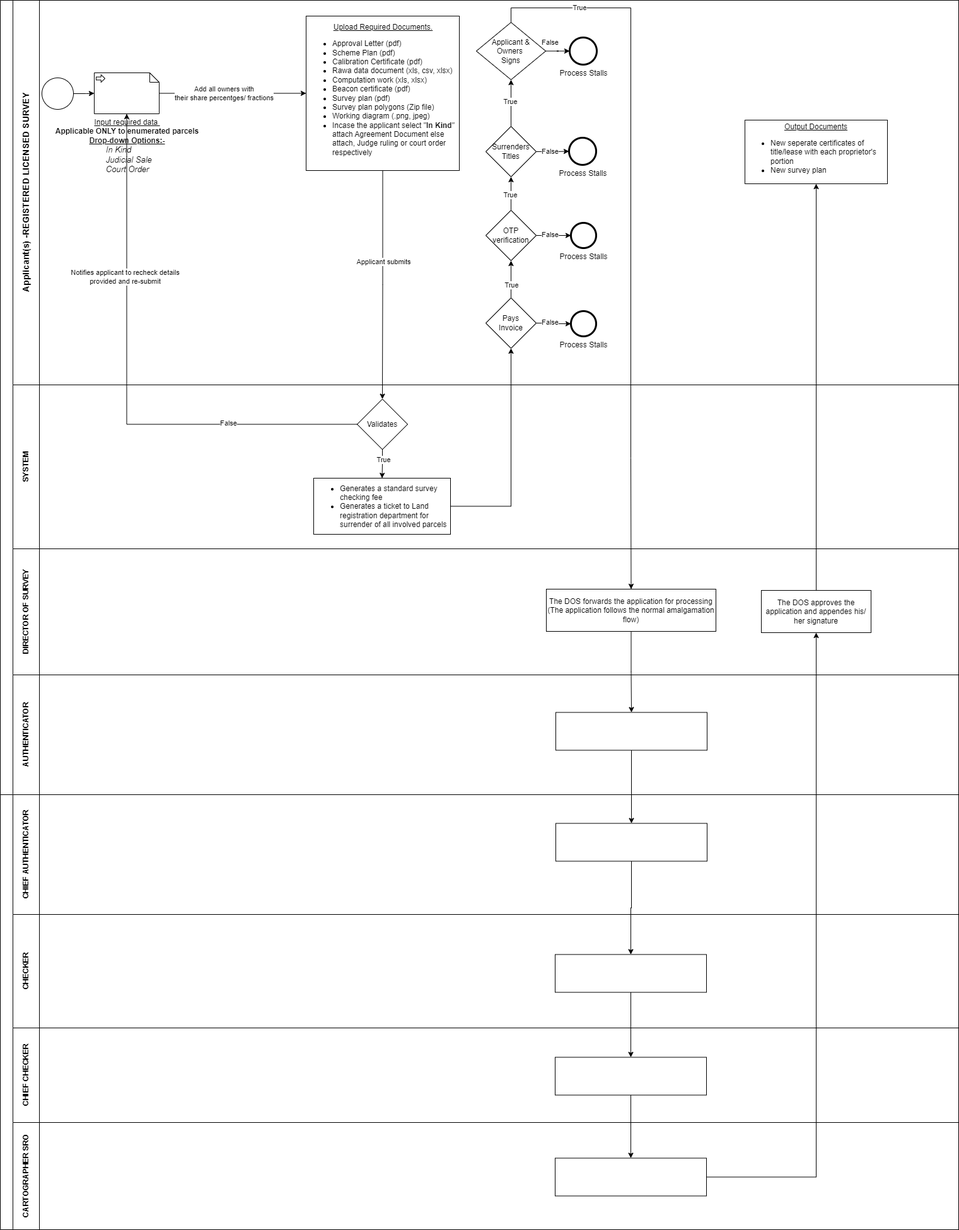
pascalokoth/BPMN keeps this draw.io diagram as Partition-survey.drawio.png. Above is the earlier version. Source tidied: cells renumbered, new cells last; positions are measured from the earlier drawing's top-left corner, leaving out a move shared by most shapes.
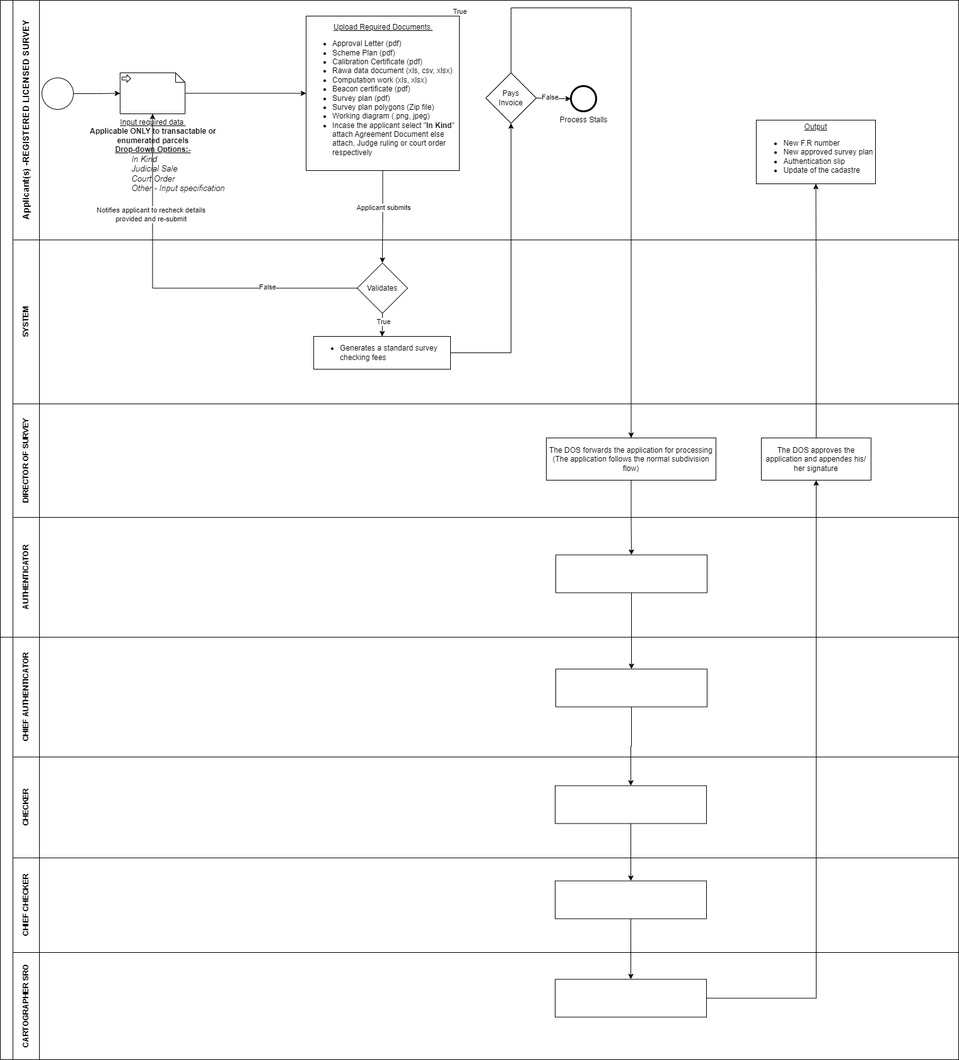
The same diagram one commit later.

What changed in the source:
```diff
@@ -3,7 +3,7 @@
     <mxCell id="0" />
     <mxCell id="1" parent="0" />
     <mxCell id="2" style="swimlane;html=1;horizontal=0;startSize=20;whiteSpace=wrap;" parent="1" vertex="1">
-      <mxGeometry width="1520" height="1260" as="geometry" />
+      <mxGeometry width="1520" height="1010" as="geometry" />
     </mxCell>
     <mxCell id="3" style="edgeStyle=orthogonalEdgeStyle;rounded=0;jettySize=auto;html=1;" parent="2" edge="1" source="8" target="24">
       <mxGeometry relative="1" as="geometry" />
@@ -12,7 +12,7 @@
       <mxGeometry x="-0.21" y="1" relative="1" as="geometry" />
     </mxCell>
     <mxCell id="5" value="&lt;font style=&quot;font-size: 14px;&quot;&gt;Applicant(s) -REGISTERED LICENSED SURVEY&lt;/font&gt;" style="swimlane;html=1;startSize=42;horizontal=0;align=center;" parent="2" vertex="1">
-      <mxGeometry x="20" width="1500" height="610" as="geometry" />
+      <mxGeometry x="20" width="1500" height="380" as="geometry" />
     </mxCell>
     <mxCell id="6" style="edgeStyle=orthogonalEdgeStyle;rounded=0;jettySize=auto;html=1;entryX=0;entryY=0.5;entryDx=0;entryDy=0;entryPerimeter=0;" parent="5" edge="1" source="7" target="11">
       <mxGeometry relative="1" as="geometry" />
@@ -26,59 +26,20 @@
     <mxCell id="9" style="edgeStyle=orthogonalEdgeStyle;rounded=0;jettySize=auto;html=1;" parent="5" edge="1" source="11" target="8">
       <mxGeometry relative="1" as="geometry" />
     </mxCell>
-    <mxCell id="10" value="Add all owners with &lt;br&gt;their share percentges/ fractions" style="edgeLabel;html=1;align=center;verticalAlign=middle;" parent="9" vertex="1">
-      <mxGeometry x="-0.58" relative="1" as="geometry">
-        <mxPoint x="53" as="offset" />
-      </mxGeometry>
-    </mxCell>
-    <mxCell id="11" value="&lt;u&gt;Input required data&amp;nbsp;&lt;br&gt;&lt;/u&gt;&lt;b&gt;Applicable ONLY to enumerated parcels&lt;br&gt;&lt;/b&gt;&lt;span style=&quot;background-color: initial;&quot;&gt;&lt;b&gt;&lt;u&gt;Drop-down Options:-&lt;/u&gt;&lt;/b&gt;&lt;br&gt;&lt;/span&gt;&lt;blockquote style=&quot;margin: 0 0 0 40px; border: none; padding: 0px;&quot;&gt;&lt;blockquote style=&quot;margin: 0 0 0 40px; border: none; padding: 0px;&quot;&gt;&lt;span style=&quot;background-color: initial; font-size: 13px;&quot;&gt;&lt;div style=&quot;text-align: left;&quot;&gt;&lt;i&gt;&lt;span style=&quot;background-color: initial;&quot;&gt;In Kind&lt;/span&gt;&lt;br&gt;&lt;span style=&quot;background-color: initial;&quot;&gt;Judicial Sale&lt;/span&gt;&lt;br&gt;&lt;span style=&quot;background-color: initial;&quot;&gt;Court Order&lt;/span&gt;&lt;/i&gt;&lt;br&gt;&lt;/div&gt;&lt;/span&gt;&lt;/blockquote&gt;&lt;/blockquote&gt;" style="shape=mxgraph.bpmn.data;labelPosition=center;verticalLabelPosition=bottom;align=center;verticalAlign=top;size=15;html=1;bpmnTransferType=input;" parent="5" vertex="1">
-      <mxGeometry x="129" y="115" width="103" height="65" as="geometry" />
+    <mxCell id="11" value="&lt;u&gt;Input required data&amp;nbsp;&lt;br&gt;&lt;/u&gt;&lt;b&gt;Applicable ONLY to transactable or &lt;br&gt;enumerated parcels&lt;br&gt;&lt;/b&gt;&lt;span style=&quot;background-color: initial;&quot;&gt;&lt;b&gt;&lt;u&gt;Drop-down Options:-&lt;/u&gt;&lt;/b&gt;&lt;br&gt;&lt;/span&gt;&lt;blockquote style=&quot;margin: 0 0 0 40px; border: none; padding: 0px;&quot;&gt;&lt;blockquote style=&quot;margin: 0 0 0 40px; border: none; padding: 0px;&quot;&gt;&lt;span style=&quot;background-color: initial; font-size: 13px;&quot;&gt;&lt;div style=&quot;text-align: left;&quot;&gt;&lt;i&gt;&lt;span style=&quot;background-color: initial;&quot;&gt;In Kind&lt;/span&gt;&lt;br&gt;&lt;span style=&quot;background-color: initial;&quot;&gt;Judicial Sale&lt;/span&gt;&lt;br&gt;&lt;span style=&quot;background-color: initial;&quot;&gt;Court Order&lt;/span&gt;&lt;/i&gt;&lt;br&gt;&lt;/div&gt;&lt;div style=&quot;text-align: left;&quot;&gt;&lt;i&gt;Other - Input specification&lt;/i&gt;&lt;/div&gt;&lt;/span&gt;&lt;/blockquote&gt;&lt;/blockquote&gt;" style="shape=mxgraph.bpmn.data;labelPosition=center;verticalLabelPosition=bottom;align=center;verticalAlign=top;size=15;html=1;bpmnTransferType=input;" parent="5" vertex="1">
+      <mxGeometry x="170" y="115" width="103" height="65" as="geometry" />
     </mxCell>
-    <mxCell id="12" style="edgeStyle=orthogonalEdgeStyle;rounded=0;jettySize=auto;html=1;" parent="5" edge="1" source="16" target="21">
-      <mxGeometry relative="1" as="geometry" />
-    </mxCell>
-    <mxCell id="13" value="True" style="edgeLabel;html=1;align=center;verticalAlign=middle;" parent="12" vertex="1">
-      <mxGeometry x="-0.05" y="2" relative="1" as="geometry" />
-    </mxCell>
-    <mxCell id="14" style="edgeStyle=orthogonalEdgeStyle;rounded=0;jettySize=auto;html=1;" parent="5" edge="1" source="16" target="18">
-      <mxGeometry relative="1" as="geometry" />
-    </mxCell>
-    <mxCell id="15" value="False" style="edgeLabel;html=1;align=center;verticalAlign=middle;" parent="14" vertex="1">
-      <mxGeometry x="-0.52" y="2" relative="1" as="geometry">
-        <mxPoint x="8" as="offset" />
-      </mxGeometry>
-    </mxCell>
-    <mxCell id="16" value="OTP verification" style="rhombus;whiteSpace=wrap;html=1;align=center;" parent="5" vertex="1">
-      <mxGeometry x="750" y="333" width="80" height="80" as="geometry" />
-    </mxCell>
-    <mxCell id="17" value="Process Stalls" style="points=[[0.145,0.145,0],[0.5,0,0],[0.855,0.145,0],[1,0.5,0],[0.855,0.855,0],[0.5,1,0],[0.145,0.855,0],[0,0.5,0]];shape=mxgraph.bpmn.event;html=1;verticalLabelPosition=bottom;labelBackgroundColor=#ffffff;verticalAlign=top;align=center;perimeter=ellipsePerimeter;outlineConnect=0;outline=end;symbol=terminate2;" parent="5" vertex="1">
-      <mxGeometry x="882" y="218" width="43" height="43" as="geometry" />
-    </mxCell>
-    <mxCell id="18" value="Process Stalls" style="points=[[0.145,0.145,0],[0.5,0,0],[0.855,0.145,0],[1,0.5,0],[0.855,0.855,0],[0.5,1,0],[0.145,0.855,0],[0,0.5,0]];shape=mxgraph.bpmn.event;html=1;verticalLabelPosition=bottom;labelBackgroundColor=#ffffff;verticalAlign=top;align=center;perimeter=ellipsePerimeter;outlineConnect=0;outline=end;symbol=terminate2;" parent="5" vertex="1">
-      <mxGeometry x="885" y="353" width="40" height="40" as="geometry" />
-    </mxCell>
-    <mxCell id="19" style="edgeStyle=orthogonalEdgeStyle;rounded=0;jettySize=auto;html=1;" parent="5" edge="1" source="21" target="17">
-      <mxGeometry relative="1" as="geometry" />
-    </mxCell>
-    <mxCell id="20" value="False" style="edgeLabel;html=1;align=center;verticalAlign=middle;" parent="19" vertex="1">
-      <mxGeometry x="-0.35" y="1" relative="1" as="geometry">
-        <mxPoint x="4" as="offset" />
-      </mxGeometry>
-    </mxCell>
-    <mxCell id="21" value="Surrenders&lt;br&gt;Titles" style="rhombus;whiteSpace=wrap;html=1;" parent="5" vertex="1">
-      <mxGeometry x="750" y="200" width="80" height="80" as="geometry" />
-    </mxCell>
-    <mxCell id="22" value="&lt;u&gt;Output Documents&lt;/u&gt;&lt;br&gt;&lt;ul style=&quot;&quot;&gt;&lt;li style=&quot;text-align: left;&quot;&gt;New seperate certificates of title/lease with each proprietor's portion&lt;/li&gt;&lt;li style=&quot;text-align: left;&quot;&gt;New survey plan&lt;/li&gt;&lt;/ul&gt;" style="whiteSpace=wrap;html=1;" parent="5" vertex="1">
-      <mxGeometry x="1161" y="190" width="226" height="101" as="geometry" />
+    <mxCell id="22" value="&lt;u style=&quot;border-color: var(--border-color);&quot;&gt;Output&lt;br style=&quot;border-color: var(--border-color);&quot;&gt;&lt;/u&gt;&lt;ul style=&quot;border-color: var(--border-color);&quot;&gt;&lt;li style=&quot;border-color: var(--border-color); text-align: left;&quot;&gt;New F.R number&lt;/li&gt;&lt;li style=&quot;border-color: var(--border-color); text-align: left;&quot;&gt;New approved survey plan&lt;/li&gt;&lt;li style=&quot;border-color: var(--border-color); text-align: left;&quot;&gt;Authentication slip&lt;/li&gt;&lt;li style=&quot;border-color: var(--border-color); text-align: left;&quot;&gt;Update of the cadastre&lt;/li&gt;&lt;/ul&gt;" style="whiteSpace=wrap;html=1;" parent="5" vertex="1">
+      <mxGeometry x="1179" y="190" width="189" height="101" as="geometry" />
     </mxCell>
     <mxCell id="23" value="SYSTEM" style="swimlane;html=1;startSize=42;horizontal=0;" parent="2" vertex="1">
-      <mxGeometry x="20" y="610" width="1500" height="260" as="geometry" />
+      <mxGeometry x="20" y="380" width="1500" height="260" as="geometry" />
     </mxCell>
     <mxCell id="24" value="Validates" style="rhombus;whiteSpace=wrap;html=1;align=center;" parent="23" vertex="1">
-      <mxGeometry x="546" y="22.5" width="80" height="80" as="geometry" />
+      <mxGeometry x="546" y="36.5" width="80" height="80" as="geometry" />
     </mxCell>
-    <mxCell id="25" value="&lt;ul&gt;&lt;li&gt;Generates a standard survey checking fee&lt;/li&gt;&lt;li&gt;Generates a ticket to Land registration department for surrender of all involved parcels&lt;/li&gt;&lt;/ul&gt;" style="whiteSpace=wrap;html=1;align=left;" parent="23" vertex="1">
-      <mxGeometry x="477" y="148" width="217" height="89" as="geometry" />
+    <mxCell id="25" value="&lt;ul&gt;&lt;li&gt;Generates a standard survey checking fees&lt;/li&gt;&lt;/ul&gt;" style="whiteSpace=wrap;html=1;align=left;" parent="23" vertex="1">
+      <mxGeometry x="477" y="153" width="217" height="52" as="geometry" />
     </mxCell>
     <mxCell id="26" style="edgeStyle=orthogonalEdgeStyle;rounded=0;jettySize=auto;html=1;" parent="23" edge="1" source="24" target="25">
       <mxGeometry relative="1" as="geometry" />
@@ -87,53 +48,37 @@
       <mxGeometry x="-0.3" y="1" relative="1" as="geometry" />
     </mxCell>
     <mxCell id="28" value="DIRECTOR OF SURVEY" style="swimlane;html=1;startSize=42;horizontal=0;" parent="2" vertex="1">
-      <mxGeometry x="20" y="870" width="1500" height="200" as="geometry" />
+      <mxGeometry x="20" y="640" width="1500" height="180" as="geometry" />
     </mxCell>
     <mxCell id="29" style="edgeStyle=orthogonalEdgeStyle;rounded=0;jettySize=auto;html=1;" parent="2" edge="1" source="24" target="11">
       <mxGeometry relative="1" as="geometry" />
     </mxCell>
     <mxCell id="30" value="Notifies applicant to recheck details&lt;br&gt;provided and re-submit" style="edgeLabel;html=1;align=center;verticalAlign=middle;" parent="29" vertex="1">
-      <mxGeometry x="0.4" y="3" relative="1" as="geometry" />
+      <mxGeometry x="0.4" y="3" relative="1" as="geometry">
+        <mxPoint y="-22" as="offset" />
+      </mxGeometry>
     </mxCell>
     <mxCell id="31" value="False" style="edgeLabel;html=1;align=center;verticalAlign=middle;" parent="29" vertex="1">
       <mxGeometry x="-0.52" y="-2" relative="1" as="geometry" />
     </mxCell>
     <mxCell id="32" value="AUTHENTICATOR" style="swimlane;html=1;startSize=42;horizontal=0;" parent="2" vertex="1">
-      <mxGeometry x="20" y="1070" width="1500" height="190" as="geometry" />
+      <mxGeometry x="20" y="820" width="1500" height="190" as="geometry" />
     </mxCell>
     <mxCell id="33" style="whiteSpace=wrap;html=1;" parent="32" vertex="1">
       <mxGeometry x="861" y="59.5" width="240" height="60" as="geometry" />
     </mxCell>
-    <mxCell id="34" style="edgeStyle=orthogonalEdgeStyle;rounded=0;jettySize=auto;html=1;" parent="1" edge="1" source="35" target="38">
-      <mxGeometry relative="1" as="geometry" />
-    </mxCell>
-    <mxCell id="35" value="Applicant &amp;amp;&lt;br&gt;Owners&amp;nbsp;&lt;br&gt;Signs" style="rhombus;whiteSpace=wrap;html=1;" parent="1" vertex="1">
-      <mxGeometry x="755" y="35" width="110" height="91" as="geometry" />
-    </mxCell>
-    <mxCell id="36" style="edgeStyle=orthogonalEdgeStyle;rounded=0;jettySize=auto;html=1;" parent="1" edge="1" source="21" target="35">
-      <mxGeometry relative="1" as="geometry" />
-    </mxCell>
-    <mxCell id="37" value="True" style="edgeLabel;html=1;align=center;verticalAlign=middle;" parent="36" vertex="1">
-      <mxGeometry x="0.07" y="2" relative="1" as="geometry" />
-    </mxCell>
-    <mxCell id="38" value="Process Stalls" style="points=[[0.145,0.145,0],[0.5,0,0],[0.855,0.145,0],[1,0.5,0],[0.855,0.855,0],[0.5,1,0],[0.145,0.855,0],[0,0.5,0]];shape=mxgraph.bpmn.event;html=1;verticalLabelPosition=bottom;labelBackgroundColor=#ffffff;verticalAlign=top;align=center;perimeter=ellipsePerimeter;outlineConnect=0;outline=end;symbol=terminate2;" parent="1" vertex="1">
-      <mxGeometry x="903" y="59" width="43" height="43" as="geometry" />
-    </mxCell>
-    <mxCell id="39" value="False" style="edgeLabel;html=1;align=center;verticalAlign=middle;" parent="1" vertex="1">
-      <mxGeometry x="871.8" y="66" as="geometry" />
-    </mxCell>
     <mxCell id="40" style="edgeStyle=orthogonalEdgeStyle;rounded=0;jettySize=auto;html=1;" parent="1" edge="1" source="41" target="33">
       <mxGeometry relative="1" as="geometry" />
     </mxCell>
-    <mxCell id="41" value="The DOS forwards the application for processing&lt;br&gt;(The application follows the normal amalgamation flow)" style="whiteSpace=wrap;html=1;align=center;" parent="1" vertex="1">
-      <mxGeometry x="866" y="934" width="269" height="67" as="geometry" />
+    <mxCell id="41" value="The DOS forwards the application for processing&lt;br&gt;(The application follows the normal subdivision flow)" style="whiteSpace=wrap;html=1;align=center;" parent="1" vertex="1">
+      <mxGeometry x="866" y="694" width="269" height="67" as="geometry" />
     </mxCell>
-    <mxCell id="42" style="edgeStyle=orthogonalEdgeStyle;rounded=0;jettySize=auto;html=1;exitX=0.5;exitY=0;exitDx=0;exitDy=0;entryX=0.5;entryY=0;entryDx=0;entryDy=0;" parent="1" edge="1" source="35" target="41">
+    <mxCell id="42" style="edgeStyle=orthogonalEdgeStyle;rounded=0;jettySize=auto;html=1;entryX=0.5;entryY=0;entryDx=0;entryDy=0;" parent="1" edge="1" target="41">
       <mxGeometry relative="1" as="geometry">
+        <mxPoint x="810" y="216" as="sourcePoint" />
         <Array as="points">
           <mxPoint x="810" y="12" />
           <mxPoint x="1000" y="12" />
-          <mxPoint x="1000" y="726" />
         </Array>
       </mxGeometry>
     </mxCell>
@@ -149,25 +94,25 @@
       <mxGeometry relative="1" as="geometry" />
     </mxCell>
     <mxCell id="46" style="whiteSpace=wrap;html=1;" parent="1" vertex="1">
-      <mxGeometry x="881" y="1305.5" width="240" height="60" as="geometry" />
+      <mxGeometry x="881" y="1060.5" width="240" height="60" as="geometry" />
     </mxCell>
     <mxCell id="47" style="edgeStyle=orthogonalEdgeStyle;rounded=0;jettySize=auto;html=1;entryX=0.5;entryY=0;entryDx=0;entryDy=0;" parent="1" edge="1" source="48" target="81">
       <mxGeometry relative="1" as="geometry" />
     </mxCell>
     <mxCell id="48" style="whiteSpace=wrap;html=1;" parent="1" vertex="1">
-      <mxGeometry x="880" y="1513.5" width="240" height="60" as="geometry" />
+      <mxGeometry x="880" y="1245.5" width="240" height="60" as="geometry" />
     </mxCell>
     <mxCell id="49" style="edgeStyle=orthogonalEdgeStyle;rounded=0;jettySize=auto;html=1;entryX=0.5;entryY=1;entryDx=0;entryDy=0;" parent="1" edge="1" source="50" target="52">
       <mxGeometry relative="1" as="geometry" />
     </mxCell>
     <mxCell id="50" style="whiteSpace=wrap;html=1;fontStyle=1;" parent="1" vertex="1">
-      <mxGeometry x="880" y="1836.5" width="240" height="60" as="geometry" />
+      <mxGeometry x="880" y="1552.5" width="240" height="60" as="geometry" />
     </mxCell>
     <mxCell id="51" style="edgeStyle=orthogonalEdgeStyle;rounded=0;jettySize=auto;html=1;" parent="1" edge="1" source="52" target="22">
       <mxGeometry relative="1" as="geometry" />
     </mxCell>
     <mxCell id="52" value="The DOS approves the application and appendes his/ her signature" style="whiteSpace=wrap;html=1;align=center;" parent="1" vertex="1">
-      <mxGeometry x="1207" y="936" width="174" height="67" as="geometry" />
+      <mxGeometry x="1207" y="694" width="174" height="67" as="geometry" />
     </mxCell>
     <mxCell id="53" style="edgeStyle=orthogonalEdgeStyle;rounded=0;jettySize=auto;html=1;" parent="1" edge="1" source="57" target="58">
       <mxGeometry relative="1" as="geometry" />
@@ -177,23 +122,17 @@
         <mxPoint x="8" as="offset" />
       </mxGeometry>
     </mxCell>
-    <mxCell id="55" style="edgeStyle=orthogonalEdgeStyle;rounded=0;jettySize=auto;html=1;" parent="1" edge="1" source="57" target="16">
-      <mxGeometry relative="1" as="geometry" />
-    </mxCell>
-    <mxCell id="56" value="True" style="edgeLabel;html=1;align=center;verticalAlign=middle;" parent="55" vertex="1">
-      <mxGeometry x="-0.29" relative="1" as="geometry" />
-    </mxCell>
     <mxCell id="57" value="Pays&lt;br&gt;&amp;nbsp;Invoice&amp;nbsp;" style="rhombus;whiteSpace=wrap;html=1;align=center;" parent="1" vertex="1">
-      <mxGeometry x="770" y="472" width="80" height="80" as="geometry" />
+      <mxGeometry x="770" y="115" width="80" height="80" as="geometry" />
     </mxCell>
     <mxCell id="58" value="Process Stalls" style="points=[[0.145,0.145,0],[0.5,0,0],[0.855,0.145,0],[1,0.5,0],[0.855,0.855,0],[0.5,1,0],[0.145,0.855,0],[0,0.5,0]];shape=mxgraph.bpmn.event;html=1;verticalLabelPosition=bottom;labelBackgroundColor=#ffffff;verticalAlign=top;align=center;perimeter=ellipsePerimeter;outlineConnect=0;outline=end;symbol=terminate2;" parent="1" vertex="1">
-      <mxGeometry x="905" y="493" width="40" height="40" as="geometry" />
+      <mxGeometry x="905" y="136" width="40" height="40" as="geometry" />
     </mxCell>
     <mxCell id="59" style="edgeStyle=orthogonalEdgeStyle;rounded=0;jettySize=auto;html=1;entryX=0.5;entryY=1;entryDx=0;entryDy=0;" parent="1" edge="1" source="25" target="57">
       <mxGeometry relative="1" as="geometry" />
     </mxCell>
     <mxCell id="60" style="swimlane;html=1;horizontal=0;startSize=20;whiteSpace=wrap;" parent="1" vertex="1">
-      <mxGeometry y="1260" width="1520" height="690" as="geometry" />
+      <mxGeometry y="1010" width="1520" height="670" as="geometry" />
     </mxCell>
     <mxCell id="61" style="edgeStyle=orthogonalEdgeStyle;rounded=0;orthogonalLoop=1;jettySize=auto;html=1;" parent="60" edge="1">
       <mxGeometry relative="1" as="geometry">
@@ -240,7 +179,7 @@
       </mxGeometry>
     </mxCell>
     <mxCell id="71" value="CHECKER" style="swimlane;html=1;startSize=42;horizontal=0;" parent="60" vertex="1">
-      <mxGeometry x="20" y="190" width="1500" height="180" as="geometry" />
+      <mxGeometry x="20" y="190" width="1500" height="160" as="geometry" />
     </mxCell>
     <mxCell id="72" style="edgeStyle=orthogonalEdgeStyle;rounded=0;orthogonalLoop=1;jettySize=auto;html=1;" parent="71" edge="1">
       <mxGeometry relative="1" as="geometry">
@@ -251,10 +190,10 @@
       <mxGeometry x="-0.3" y="1" relative="1" as="geometry" />
     </mxCell>
     <mxCell id="74" value="CHIEF CHECKER" style="swimlane;html=1;startSize=42;horizontal=0;" parent="60" vertex="1">
-      <mxGeometry x="20" y="370" width="1500" height="150" as="geometry" />
+      <mxGeometry x="20" y="350" width="1500" height="150" as="geometry" />
     </mxCell>
     <mxCell id="75" value="CARTOGRAPHER SRO" style="swimlane;html=1;startSize=42;horizontal=0;" parent="60" vertex="1">
-      <mxGeometry x="20" y="520" width="1500" height="170" as="geometry" />
+      <mxGeometry x="20" y="500" width="1500" height="170" as="geometry" />
     </mxCell>
     <mxCell id="76" style="edgeStyle=orthogonalEdgeStyle;rounded=0;orthogonalLoop=1;jettySize=auto;html=1;" parent="60" edge="1">
       <mxGeometry relative="1" as="geometry">
@@ -276,7 +215,7 @@
       <mxGeometry relative="1" as="geometry" />
     </mxCell>
     <mxCell id="81" style="whiteSpace=wrap;html=1;fontStyle=1;" parent="1" vertex="1">
-      <mxGeometry x="880" y="1676.5" width="240" height="60" as="geometry" />
+      <mxGeometry x="880" y="1396.5" width="240" height="60" as="geometry" />
     </mxCell>
   </root>
 </mxGraphModel>
```
